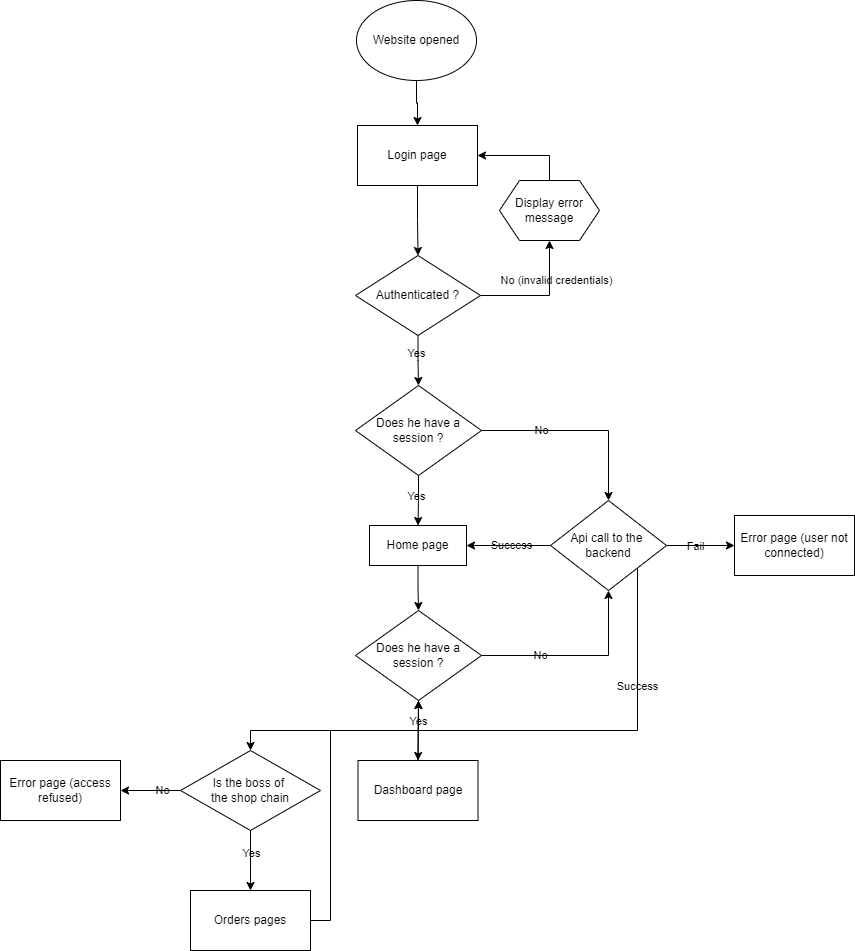
Above: 01-Documents/CodeSchematics/Untitled Diagram.drawio.png in dam277/P-TPI-ETML (draw.io), before the change. Source tidied: cells renumbered, new cells last; positions are measured from the earlier drawing's top-left corner, leaving out a move shared by most shapes.
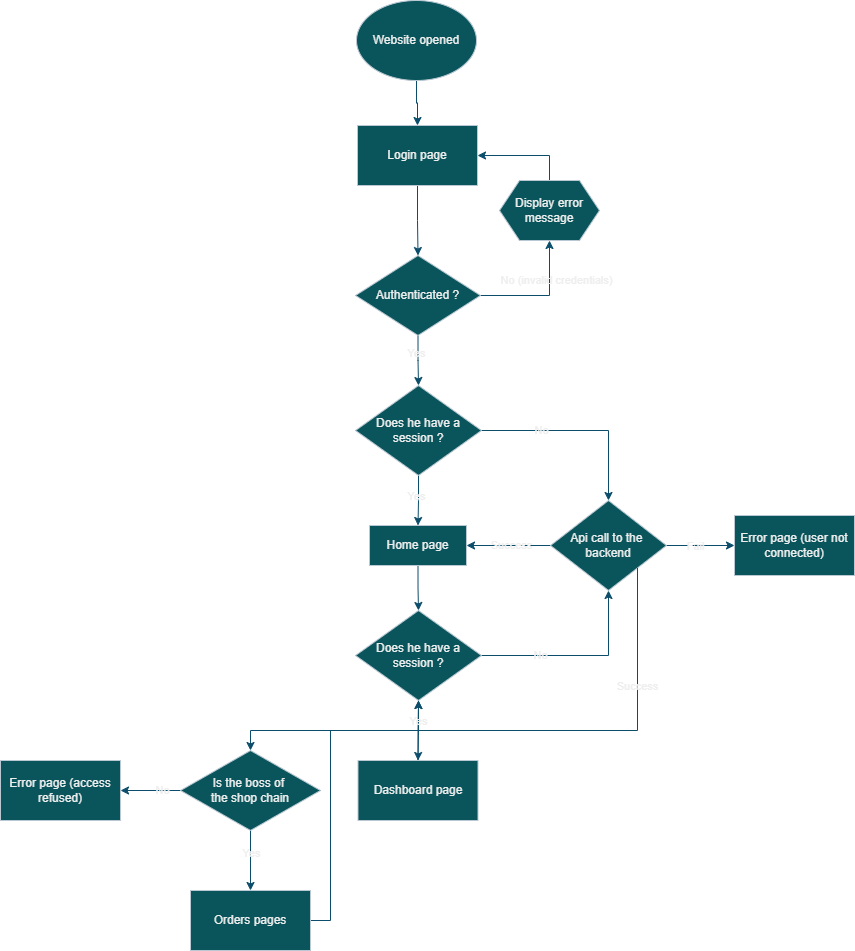
Above is the later version.

Diff of the diagram source:
```diff
@@ -2,98 +2,98 @@
   <root>
     <mxCell id="0" />
     <mxCell id="1" parent="0" />
-    <mxCell id="2" style="edgeStyle=orthogonalEdgeStyle;rounded=0;jettySize=auto;html=1;labelBackgroundColor=none;fontColor=default;" parent="1" edge="1" source="3" target="5">
+    <mxCell id="2" style="edgeStyle=orthogonalEdgeStyle;rounded=0;jettySize=auto;html=1;labelBackgroundColor=none;fontColor=default;strokeColor=#0B4D6A;" parent="1" edge="1" source="3" target="5">
       <mxGeometry relative="1" as="geometry" />
     </mxCell>
-    <mxCell id="3" value="Website opened" style="ellipse;whiteSpace=wrap;html=1;labelBackgroundColor=none;" parent="1" vertex="1">
+    <mxCell id="3" value="Website opened" style="ellipse;whiteSpace=wrap;html=1;labelBackgroundColor=none;fillColor=#09555B;strokeColor=#BAC8D3;fontColor=#EEEEEE;" parent="1" vertex="1">
       <mxGeometry x="356" width="120" height="80" as="geometry" />
     </mxCell>
-    <mxCell id="4" style="edgeStyle=orthogonalEdgeStyle;rounded=0;jettySize=auto;html=1;labelBackgroundColor=none;fontColor=default;" parent="1" edge="1" source="5" target="10">
+    <mxCell id="4" style="edgeStyle=orthogonalEdgeStyle;rounded=0;jettySize=auto;html=1;labelBackgroundColor=none;fontColor=default;strokeColor=#0B4D6A;" parent="1" edge="1" source="5" target="10">
       <mxGeometry relative="1" as="geometry" />
     </mxCell>
-    <mxCell id="5" value="Login page" style="whiteSpace=wrap;html=1;labelBackgroundColor=none;" parent="1" vertex="1">
+    <mxCell id="5" value="Login page" style="whiteSpace=wrap;html=1;labelBackgroundColor=none;fillColor=#09555B;strokeColor=#BAC8D3;fontColor=#EEEEEE;" parent="1" vertex="1">
       <mxGeometry x="357" y="125" width="120" height="60" as="geometry" />
     </mxCell>
-    <mxCell id="6" style="edgeStyle=orthogonalEdgeStyle;rounded=0;jettySize=auto;html=1;labelBackgroundColor=none;fontColor=default;" parent="1" edge="1" source="10" target="12">
+    <mxCell id="6" style="edgeStyle=orthogonalEdgeStyle;rounded=0;jettySize=auto;html=1;labelBackgroundColor=none;fontColor=default;strokeColor=#0B4D6A;" parent="1" edge="1" source="10" target="12">
       <mxGeometry relative="1" as="geometry" />
     </mxCell>
-    <mxCell id="7" value="No (invalid credentials)" style="edgeLabel;html=1;align=center;verticalAlign=middle;labelBackgroundColor=none;" parent="6" vertex="1">
+    <mxCell id="7" value="No (invalid credentials)" style="edgeLabel;html=1;align=center;verticalAlign=middle;labelBackgroundColor=none;fontColor=#EEEEEE;" parent="6" vertex="1">
       <mxGeometry x="0.06" y="-3" relative="1" as="geometry">
         <mxPoint x="10" y="-18" as="offset" />
       </mxGeometry>
     </mxCell>
-    <mxCell id="8" style="edgeStyle=orthogonalEdgeStyle;rounded=0;jettySize=auto;html=1;exitX=0.5;exitY=1;exitDx=0;exitDy=0;entryX=0.5;entryY=0;entryDx=0;entryDy=0;fontStyle=4;labelBackgroundColor=none;fontColor=default;" parent="1" edge="1" source="10" target="19">
+    <mxCell id="8" style="edgeStyle=orthogonalEdgeStyle;rounded=0;jettySize=auto;html=1;exitX=0.5;exitY=1;exitDx=0;exitDy=0;entryX=0.5;entryY=0;entryDx=0;entryDy=0;fontStyle=4;labelBackgroundColor=none;fontColor=default;strokeColor=#0B4D6A;" parent="1" edge="1" source="10" target="19">
       <mxGeometry relative="1" as="geometry" />
     </mxCell>
-    <mxCell id="9" value="Yes" style="edgeLabel;html=1;align=center;verticalAlign=middle;labelBackgroundColor=none;" parent="8" vertex="1">
+    <mxCell id="9" value="Yes" style="edgeLabel;html=1;align=center;verticalAlign=middle;labelBackgroundColor=none;fontColor=#EEEEEE;" parent="8" vertex="1">
       <mxGeometry x="-0.28" y="-2" relative="1" as="geometry" />
     </mxCell>
-    <mxCell id="10" value="Authenticated ?" style="rhombus;whiteSpace=wrap;html=1;labelBackgroundColor=none;" parent="1" vertex="1">
+    <mxCell id="10" value="Authenticated ?" style="rhombus;whiteSpace=wrap;html=1;labelBackgroundColor=none;fillColor=#09555B;strokeColor=#BAC8D3;fontColor=#EEEEEE;" parent="1" vertex="1">
       <mxGeometry x="355" y="255" width="125" height="80" as="geometry" />
     </mxCell>
-    <mxCell id="11" style="edgeStyle=orthogonalEdgeStyle;rounded=0;jettySize=auto;html=1;exitX=0.5;exitY=0;exitDx=0;exitDy=0;entryX=1;entryY=0.5;entryDx=0;entryDy=0;labelBackgroundColor=none;fontColor=default;" parent="1" edge="1" source="12" target="5">
+    <mxCell id="11" style="edgeStyle=orthogonalEdgeStyle;rounded=0;jettySize=auto;html=1;exitX=0.5;exitY=0;exitDx=0;exitDy=0;entryX=1;entryY=0.5;entryDx=0;entryDy=0;labelBackgroundColor=none;fontColor=default;strokeColor=#0B4D6A;" parent="1" edge="1" source="12" target="5">
       <mxGeometry relative="1" as="geometry" />
     </mxCell>
-    <mxCell id="12" value="Display error message" style="shape=hexagon;perimeter=hexagonPerimeter2;whiteSpace=wrap;html=1;fixedSize=1;labelBackgroundColor=none;" parent="1" vertex="1">
+    <mxCell id="12" value="Display error message" style="shape=hexagon;perimeter=hexagonPerimeter2;whiteSpace=wrap;html=1;fixedSize=1;labelBackgroundColor=none;fillColor=#09555B;strokeColor=#BAC8D3;fontColor=#EEEEEE;" parent="1" vertex="1">
       <mxGeometry x="499" y="180" width="100" height="60" as="geometry" />
     </mxCell>
-    <mxCell id="13" style="edgeStyle=orthogonalEdgeStyle;rounded=0;jettySize=auto;html=1;exitX=0.5;exitY=1;exitDx=0;exitDy=0;entryX=0.5;entryY=0;entryDx=0;entryDy=0;labelBackgroundColor=none;fontColor=default;" parent="1" edge="1" source="14" target="30">
+    <mxCell id="13" style="edgeStyle=orthogonalEdgeStyle;rounded=0;jettySize=auto;html=1;exitX=0.5;exitY=1;exitDx=0;exitDy=0;entryX=0.5;entryY=0;entryDx=0;entryDy=0;labelBackgroundColor=none;fontColor=default;strokeColor=#0B4D6A;" parent="1" edge="1" source="14" target="30">
       <mxGeometry relative="1" as="geometry" />
     </mxCell>
-    <mxCell id="14" value="Home page" style="whiteSpace=wrap;html=1;labelBackgroundColor=none;" parent="1" vertex="1">
+    <mxCell id="14" value="Home page" style="whiteSpace=wrap;html=1;labelBackgroundColor=none;fillColor=#09555B;strokeColor=#BAC8D3;fontColor=#EEEEEE;" parent="1" vertex="1">
       <mxGeometry x="369" y="525" width="97" height="40" as="geometry" />
     </mxCell>
-    <mxCell id="15" style="edgeStyle=orthogonalEdgeStyle;rounded=0;jettySize=auto;html=1;labelBackgroundColor=none;fontColor=default;" parent="1" edge="1" source="19" target="24">
+    <mxCell id="15" style="edgeStyle=orthogonalEdgeStyle;rounded=0;jettySize=auto;html=1;labelBackgroundColor=none;fontColor=default;strokeColor=#0B4D6A;" parent="1" edge="1" source="19" target="24">
       <mxGeometry relative="1" as="geometry" />
     </mxCell>
-    <mxCell id="16" value="No" style="edgeLabel;html=1;align=center;verticalAlign=middle;labelBackgroundColor=none;" parent="15" vertex="1">
+    <mxCell id="16" value="No" style="edgeLabel;html=1;align=center;verticalAlign=middle;labelBackgroundColor=none;fontColor=#EEEEEE;" parent="15" vertex="1">
       <mxGeometry x="-0.04" y="1" relative="1" as="geometry">
         <mxPoint x="-35" y="1" as="offset" />
       </mxGeometry>
     </mxCell>
-    <mxCell id="17" style="edgeStyle=orthogonalEdgeStyle;rounded=0;jettySize=auto;html=1;exitX=0.5;exitY=1;exitDx=0;exitDy=0;entryX=0.5;entryY=0;entryDx=0;entryDy=0;labelBackgroundColor=none;fontColor=default;" parent="1" edge="1" source="19" target="14">
+    <mxCell id="17" style="edgeStyle=orthogonalEdgeStyle;rounded=0;jettySize=auto;html=1;exitX=0.5;exitY=1;exitDx=0;exitDy=0;entryX=0.5;entryY=0;entryDx=0;entryDy=0;labelBackgroundColor=none;fontColor=default;strokeColor=#0B4D6A;" parent="1" edge="1" source="19" target="14">
       <mxGeometry relative="1" as="geometry" />
     </mxCell>
-    <mxCell id="18" value="Yes" style="edgeLabel;html=1;align=center;verticalAlign=middle;labelBackgroundColor=none;" parent="17" vertex="1">
+    <mxCell id="18" value="Yes" style="edgeLabel;html=1;align=center;verticalAlign=middle;labelBackgroundColor=none;fontColor=#EEEEEE;" parent="17" vertex="1">
       <mxGeometry x="-0.19" y="-2" relative="1" as="geometry" />
     </mxCell>
-    <mxCell id="19" value="Does he have a session ?" style="rhombus;whiteSpace=wrap;html=1;labelBackgroundColor=none;" parent="1" vertex="1">
+    <mxCell id="19" value="Does he have a session ?" style="rhombus;whiteSpace=wrap;html=1;labelBackgroundColor=none;fillColor=#09555B;strokeColor=#BAC8D3;fontColor=#EEEEEE;" parent="1" vertex="1">
       <mxGeometry x="355" y="385" width="126" height="90" as="geometry" />
     </mxCell>
-    <mxCell id="20" style="edgeStyle=orthogonalEdgeStyle;rounded=0;jettySize=auto;html=1;labelBackgroundColor=none;fontColor=default;" parent="1" edge="1" source="24" target="25">
+    <mxCell id="20" style="edgeStyle=orthogonalEdgeStyle;rounded=0;jettySize=auto;html=1;labelBackgroundColor=none;fontColor=default;strokeColor=#0B4D6A;" parent="1" edge="1" source="24" target="25">
       <mxGeometry relative="1" as="geometry" />
     </mxCell>
-    <mxCell id="21" value="Fail" style="edgeLabel;html=1;align=center;verticalAlign=middle;labelBackgroundColor=none;" parent="20" vertex="1">
+    <mxCell id="21" value="Fail" style="edgeLabel;html=1;align=center;verticalAlign=middle;labelBackgroundColor=none;fontColor=#EEEEEE;" parent="20" vertex="1">
       <mxGeometry x="-0.26" y="-1" relative="1" as="geometry">
         <mxPoint x="4" as="offset" />
       </mxGeometry>
     </mxCell>
-    <mxCell id="22" style="edgeStyle=orthogonalEdgeStyle;rounded=0;jettySize=auto;html=1;exitX=0;exitY=0.5;exitDx=0;exitDy=0;entryX=1;entryY=0.5;entryDx=0;entryDy=0;labelBackgroundColor=none;fontColor=default;" parent="1" edge="1" source="24" target="14">
+    <mxCell id="22" style="edgeStyle=orthogonalEdgeStyle;rounded=0;jettySize=auto;html=1;exitX=0;exitY=0.5;exitDx=0;exitDy=0;entryX=1;entryY=0.5;entryDx=0;entryDy=0;labelBackgroundColor=none;fontColor=default;strokeColor=#0B4D6A;" parent="1" edge="1" source="24" target="14">
       <mxGeometry relative="1" as="geometry" />
     </mxCell>
-    <mxCell id="23" value="Success" style="edgeLabel;html=1;align=center;verticalAlign=middle;labelBackgroundColor=none;" parent="22" vertex="1">
+    <mxCell id="23" value="Success" style="edgeLabel;html=1;align=center;verticalAlign=middle;labelBackgroundColor=none;fontColor=#EEEEEE;" parent="22" vertex="1">
       <mxGeometry x="-0.13" y="2" relative="1" as="geometry">
         <mxPoint x="-3" y="-2" as="offset" />
       </mxGeometry>
     </mxCell>
-    <mxCell id="24" value="Api call to the&amp;nbsp;&lt;div&gt;backend&lt;/div&gt;" style="rhombus;whiteSpace=wrap;html=1;labelBackgroundColor=none;" parent="1" vertex="1">
+    <mxCell id="24" value="Api call to the&amp;nbsp;&lt;div&gt;backend&lt;/div&gt;" style="rhombus;whiteSpace=wrap;html=1;labelBackgroundColor=none;fillColor=#09555B;strokeColor=#BAC8D3;fontColor=#EEEEEE;" parent="1" vertex="1">
       <mxGeometry x="550" y="500" width="116" height="90" as="geometry" />
     </mxCell>
-    <mxCell id="25" value="Error page (user not connected)" style="whiteSpace=wrap;html=1;labelBackgroundColor=none;" parent="1" vertex="1">
+    <mxCell id="25" value="Error page (user not connected)" style="whiteSpace=wrap;html=1;labelBackgroundColor=none;fillColor=#09555B;strokeColor=#BAC8D3;fontColor=#EEEEEE;" parent="1" vertex="1">
       <mxGeometry x="734" y="515" width="120" height="60" as="geometry" />
     </mxCell>
-    <mxCell id="26" style="edgeStyle=orthogonalEdgeStyle;rounded=0;jettySize=auto;html=1;exitX=1;exitY=0.5;exitDx=0;exitDy=0;entryX=0.5;entryY=1;entryDx=0;entryDy=0;labelBackgroundColor=none;fontColor=default;" parent="1" edge="1" source="30" target="24">
+    <mxCell id="26" style="edgeStyle=orthogonalEdgeStyle;rounded=0;jettySize=auto;html=1;exitX=1;exitY=0.5;exitDx=0;exitDy=0;entryX=0.5;entryY=1;entryDx=0;entryDy=0;labelBackgroundColor=none;fontColor=default;strokeColor=#0B4D6A;" parent="1" edge="1" source="30" target="24">
       <mxGeometry relative="1" as="geometry" />
     </mxCell>
-    <mxCell id="27" value="No" style="edgeLabel;html=1;align=center;verticalAlign=middle;labelBackgroundColor=none;" parent="26" vertex="1">
+    <mxCell id="27" value="No" style="edgeLabel;html=1;align=center;verticalAlign=middle;labelBackgroundColor=none;fontColor=#EEEEEE;" parent="26" vertex="1">
       <mxGeometry x="-0.6" y="1" relative="1" as="geometry">
         <mxPoint x="21" y="1" as="offset" />
       </mxGeometry>
     </mxCell>
-    <mxCell id="28" style="edgeStyle=orthogonalEdgeStyle;rounded=0;jettySize=auto;html=1;labelBackgroundColor=none;fontColor=default;" parent="1" edge="1" source="30" target="32">
+    <mxCell id="28" style="edgeStyle=orthogonalEdgeStyle;rounded=0;jettySize=auto;html=1;labelBackgroundColor=none;fontColor=default;strokeColor=#0B4D6A;" parent="1" edge="1" source="30" target="32">
       <mxGeometry relative="1" as="geometry" />
     </mxCell>
-    <mxCell id="29" style="edgeStyle=orthogonalEdgeStyle;rounded=0;jettySize=auto;html=1;exitX=0.5;exitY=1;exitDx=0;exitDy=0;labelBackgroundColor=none;fontColor=default;" parent="1" edge="1" source="30" target="37">
+    <mxCell id="29" style="edgeStyle=orthogonalEdgeStyle;rounded=0;jettySize=auto;html=1;exitX=0.5;exitY=1;exitDx=0;exitDy=0;labelBackgroundColor=none;fontColor=default;strokeColor=#0B4D6A;" parent="1" edge="1" source="30" target="37">
       <mxGeometry relative="1" as="geometry">
         <Array as="points">
           <mxPoint x="418" y="730" />
@@ -101,33 +101,33 @@
         </Array>
       </mxGeometry>
     </mxCell>
-    <mxCell id="30" value="Does he have a session ?" style="rhombus;whiteSpace=wrap;html=1;labelBackgroundColor=none;" parent="1" vertex="1">
+    <mxCell id="30" value="Does he have a session ?" style="rhombus;whiteSpace=wrap;html=1;labelBackgroundColor=none;fillColor=#09555B;strokeColor=#BAC8D3;fontColor=#EEEEEE;" parent="1" vertex="1">
       <mxGeometry x="355" y="610" width="126" height="90" as="geometry" />
     </mxCell>
-    <mxCell id="31" style="edgeStyle=orthogonalEdgeStyle;rounded=0;jettySize=auto;html=1;exitX=0.5;exitY=0;exitDx=0;exitDy=0;entryX=0.5;entryY=1;entryDx=0;entryDy=0;labelBackgroundColor=none;fontColor=default;" parent="1" edge="1" source="32" target="30">
+    <mxCell id="31" style="edgeStyle=orthogonalEdgeStyle;rounded=0;jettySize=auto;html=1;exitX=0.5;exitY=0;exitDx=0;exitDy=0;entryX=0.5;entryY=1;entryDx=0;entryDy=0;labelBackgroundColor=none;fontColor=default;strokeColor=#0B4D6A;" parent="1" edge="1" source="32" target="30">
       <mxGeometry relative="1" as="geometry" />
     </mxCell>
-    <mxCell id="32" value="Dashboard page" style="whiteSpace=wrap;html=1;labelBackgroundColor=none;" parent="1" vertex="1">
+    <mxCell id="32" value="Dashboard page" style="whiteSpace=wrap;html=1;labelBackgroundColor=none;fillColor=#09555B;strokeColor=#BAC8D3;fontColor=#EEEEEE;" parent="1" vertex="1">
       <mxGeometry x="357.5" y="760" width="120" height="60" as="geometry" />
     </mxCell>
-    <mxCell id="33" style="edgeStyle=orthogonalEdgeStyle;rounded=0;jettySize=auto;html=1;labelBackgroundColor=none;fontColor=default;" parent="1" edge="1" source="37" target="40">
+    <mxCell id="33" style="edgeStyle=orthogonalEdgeStyle;rounded=0;jettySize=auto;html=1;labelBackgroundColor=none;fontColor=default;strokeColor=#0B4D6A;" parent="1" edge="1" source="37" target="40">
       <mxGeometry relative="1" as="geometry" />
     </mxCell>
-    <mxCell id="34" value="Yes" style="edgeLabel;html=1;align=center;verticalAlign=middle;labelBackgroundColor=none;" parent="33" vertex="1">
+    <mxCell id="34" value="Yes" style="edgeLabel;html=1;align=center;verticalAlign=middle;labelBackgroundColor=none;fontColor=#EEEEEE;" parent="33" vertex="1">
       <mxGeometry x="-0.42" y="1" relative="1" as="geometry">
         <mxPoint y="5" as="offset" />
       </mxGeometry>
     </mxCell>
-    <mxCell id="35" style="edgeStyle=orthogonalEdgeStyle;rounded=0;jettySize=auto;html=1;labelBackgroundColor=none;fontColor=default;" parent="1" edge="1" source="37" target="41">
+    <mxCell id="35" style="edgeStyle=orthogonalEdgeStyle;rounded=0;jettySize=auto;html=1;labelBackgroundColor=none;fontColor=default;strokeColor=#0B4D6A;" parent="1" edge="1" source="37" target="41">
       <mxGeometry relative="1" as="geometry" />
     </mxCell>
-    <mxCell id="36" value="No" style="edgeLabel;html=1;align=center;verticalAlign=middle;labelBackgroundColor=none;" parent="35" vertex="1">
+    <mxCell id="36" value="No" style="edgeLabel;html=1;align=center;verticalAlign=middle;labelBackgroundColor=none;fontColor=#EEEEEE;" parent="35" vertex="1">
       <mxGeometry x="-0.4" relative="1" as="geometry" />
     </mxCell>
-    <mxCell id="37" value="Is the boss of&amp;nbsp;&lt;div&gt;the shop chain&lt;/div&gt;" style="rhombus;whiteSpace=wrap;html=1;labelBackgroundColor=none;" parent="1" vertex="1">
+    <mxCell id="37" value="Is the boss of&amp;nbsp;&lt;div&gt;the shop chain&lt;/div&gt;" style="rhombus;whiteSpace=wrap;html=1;labelBackgroundColor=none;fillColor=#09555B;strokeColor=#BAC8D3;fontColor=#EEEEEE;" parent="1" vertex="1">
       <mxGeometry x="180" y="750" width="140" height="80" as="geometry" />
     </mxCell>
-    <mxCell id="38" style="edgeStyle=orthogonalEdgeStyle;rounded=0;jettySize=auto;html=1;exitX=1;exitY=0.5;exitDx=0;exitDy=0;labelBackgroundColor=none;fontColor=default;" parent="1" edge="1" source="40" target="30">
+    <mxCell id="38" style="edgeStyle=orthogonalEdgeStyle;rounded=0;jettySize=auto;html=1;exitX=1;exitY=0.5;exitDx=0;exitDy=0;labelBackgroundColor=none;fontColor=default;strokeColor=#0B4D6A;" parent="1" edge="1" source="40" target="30">
       <mxGeometry relative="1" as="geometry">
         <Array as="points">
           <mxPoint x="330" y="920" />
@@ -136,16 +136,16 @@
         </Array>
       </mxGeometry>
     </mxCell>
-    <mxCell id="39" value="Yes" style="edgeLabel;html=1;align=center;verticalAlign=middle;labelBackgroundColor=none;" parent="38" vertex="1">
+    <mxCell id="39" value="Yes" style="edgeLabel;html=1;align=center;verticalAlign=middle;labelBackgroundColor=none;fontColor=#EEEEEE;" parent="38" vertex="1">
       <mxGeometry x="0.87" relative="1" as="geometry" />
     </mxCell>
-    <mxCell id="40" value="Orders pages" style="whiteSpace=wrap;html=1;labelBackgroundColor=none;" parent="1" vertex="1">
+    <mxCell id="40" value="Orders pages" style="whiteSpace=wrap;html=1;labelBackgroundColor=none;fillColor=#09555B;strokeColor=#BAC8D3;fontColor=#EEEEEE;" parent="1" vertex="1">
       <mxGeometry x="190" y="890" width="120" height="60" as="geometry" />
     </mxCell>
-    <mxCell id="41" value="Error page (access refused)" style="whiteSpace=wrap;html=1;labelBackgroundColor=none;" parent="1" vertex="1">
+    <mxCell id="41" value="Error page (access refused)" style="whiteSpace=wrap;html=1;labelBackgroundColor=none;fillColor=#09555B;strokeColor=#BAC8D3;fontColor=#EEEEEE;" parent="1" vertex="1">
       <mxGeometry y="760" width="120" height="60" as="geometry" />
     </mxCell>
-    <mxCell id="42" style="endArrow=none;html=1;rounded=0;entryX=1;entryY=1;entryDx=0;entryDy=0;labelBackgroundColor=none;fontColor=default;" parent="1" edge="1" target="24">
+    <mxCell id="42" style="endArrow=none;html=1;rounded=0;entryX=1;entryY=1;entryDx=0;entryDy=0;labelBackgroundColor=none;fontColor=default;strokeColor=#0B4D6A;" parent="1" edge="1" target="24">
       <mxGeometry relative="1" as="geometry">
         <mxPoint x="410" y="730" as="sourcePoint" />
         <Array as="points">
@@ -153,7 +153,7 @@
         </Array>
       </mxGeometry>
     </mxCell>
-    <mxCell id="43" value="Success" style="edgeLabel;html=1;align=center;verticalAlign=middle;labelBackgroundColor=none;" parent="42" vertex="1">
+    <mxCell id="43" value="Success" style="edgeLabel;html=1;align=center;verticalAlign=middle;labelBackgroundColor=none;fontColor=#EEEEEE;" parent="42" vertex="1">
       <mxGeometry x="0.39" relative="1" as="geometry" />
     </mxCell>
   </root>
```
